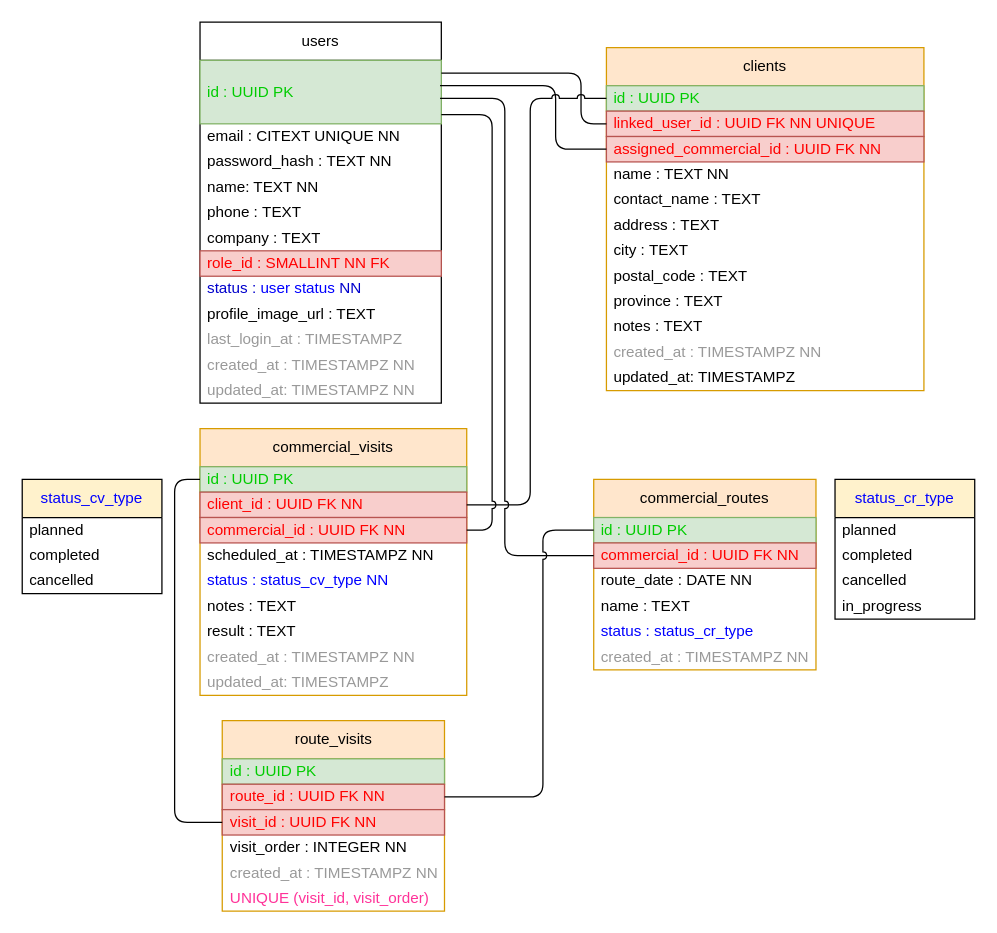
The draw.io diagram docs/docs/figures/UML/MCD/M2_BD.drawio in MadaoSurmanito/app-tfg, before the edit. Source tidied: cells renumbered, new cells numbered last; positions are measured from the earlier drawing's top-left corner, leaving out a move shared by most shapes. Both pictures are drawn from the tidied source at 127%, with x=0, y=0 at pixel (22, 22).
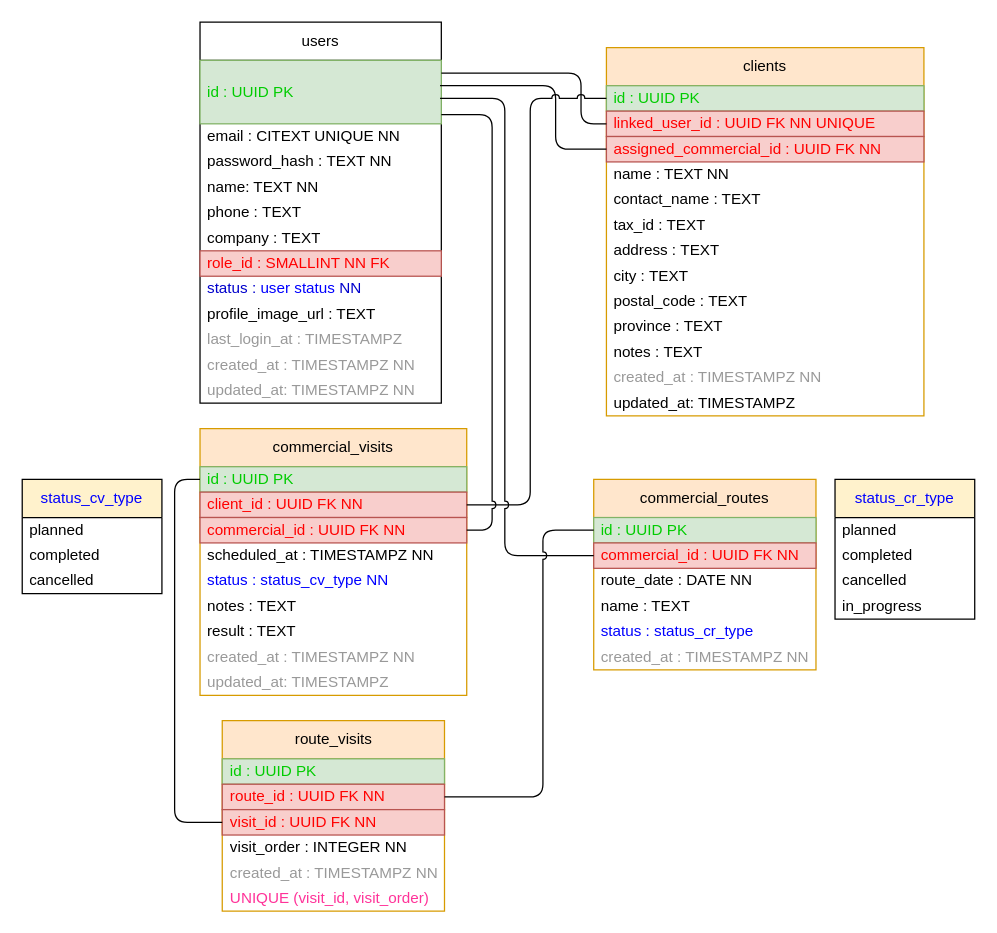
The same diagram, later.

Change to the diagram source:
```diff
@@
     <mxCell id="15" value="clients" style="swimlane;fontStyle=0;horizontal=1;startSize=30;whiteSpace=wrap;html=1;fillColor=#ffe6cc;strokeColor=#d79b00;" parent="1" vertex="1">
-      <mxGeometry x="460" y="20" width="250" height="270" as="geometry" />
+      <mxGeometry x="460" y="20" width="250" height="290" as="geometry" />
     </mxCell>
@@
+    <mxCell id="68" value="tax_id : TEXT" style="text;strokeColor=none;fillColor=none;align=left;verticalAlign=middle;spacingLeft=4;spacingRight=4;overflow=hidden;whiteSpace=wrap;html=1;" parent="15" vertex="1">
+      <mxGeometry y="130" width="250" height="20" as="geometry" />
+    </mxCell>
     <mxCell id="21" value="address :&amp;nbsp;&lt;span style=&quot;color: rgb(0, 0, 0);&quot;&gt;TEXT&lt;/span&gt;" style="text;strokeColor=none;fillColor=none;align=left;verticalAlign=middle;spacingLeft=4;spacingRight=4;overflow=hidden;whiteSpace=wrap;html=1;" parent="15" vertex="1">
-      <mxGeometry y="130" width="250" height="20" as="geometry" />
+      <mxGeometry y="150" width="250" height="20" as="geometry" />
     </mxCell>
     <mxCell id="22" value="city :&amp;nbsp;&lt;span style=&quot;color: rgb(0, 0, 0);&quot;&gt;TEXT&lt;/span&gt;" style="text;strokeColor=none;fillColor=none;align=left;verticalAlign=middle;spacingLeft=4;spacingRight=4;overflow=hidden;whiteSpace=wrap;html=1;" parent="15" vertex="1">
-      <mxGeometry y="150" width="250" height="20" as="geometry" />
+      <mxGeometry y="170" width="250" height="20" as="geometry" />
     </mxCell>
     <mxCell id="23" value="postal_code :&amp;nbsp;&lt;span style=&quot;color: rgb(0, 0, 0);&quot;&gt;TEXT&lt;/span&gt;" style="text;strokeColor=none;fillColor=none;align=left;verticalAlign=middle;spacingLeft=4;spacingRight=4;overflow=hidden;whiteSpace=wrap;html=1;" parent="15" vertex="1">
-      <mxGeometry y="170" width="250" height="20" as="geometry" />
+      <mxGeometry y="190" width="250" height="20" as="geometry" />
     </mxCell>
     <mxCell id="24" value="province :&amp;nbsp;&lt;span style=&quot;color: rgb(0, 0, 0);&quot;&gt;TEXT&lt;/span&gt;" style="text;strokeColor=none;fillColor=none;align=left;verticalAlign=middle;spacingLeft=4;spacingRight=4;overflow=hidden;whiteSpace=wrap;html=1;" parent="15" vertex="1">
-      <mxGeometry y="190" width="250" height="20" as="geometry" />
+      <mxGeometry y="210" width="250" height="20" as="geometry" />
     </mxCell>
     <mxCell id="25" value="notes :&amp;nbsp;&lt;span style=&quot;color: rgb(0, 0, 0);&quot;&gt;TEXT&lt;/span&gt;" style="text;strokeColor=none;fillColor=none;align=left;verticalAlign=middle;spacingLeft=4;spacingRight=4;overflow=hidden;whiteSpace=wrap;html=1;" parent="15" vertex="1">
-      <mxGeometry y="210" width="250" height="20" as="geometry" />
+      <mxGeometry y="230" width="250" height="20" as="geometry" />
     </mxCell>
     <mxCell id="26" value="created_at : TIMESTAMPZ NN" style="text;strokeColor=none;fillColor=none;align=left;verticalAlign=middle;spacingLeft=4;spacingRight=4;overflow=hidden;whiteSpace=wrap;html=1;fontColor=#999999;" parent="15" vertex="1">
-      <mxGeometry y="230" width="250" height="20" as="geometry" />
+      <mxGeometry y="250" width="250" height="20" as="geometry" />
     </mxCell>
     <mxCell id="27" value="updated_at: TIMESTAMPZ" style="text;strokeColor=none;fillColor=none;align=left;verticalAlign=middle;spacingLeft=4;spacingRight=4;overflow=hidden;whiteSpace=wrap;html=1;" parent="15" vertex="1">
-      <mxGeometry y="250" width="250" height="20" as="geometry" />
+      <mxGeometry y="270" width="250" height="20" as="geometry" />
     </mxCell>
```
